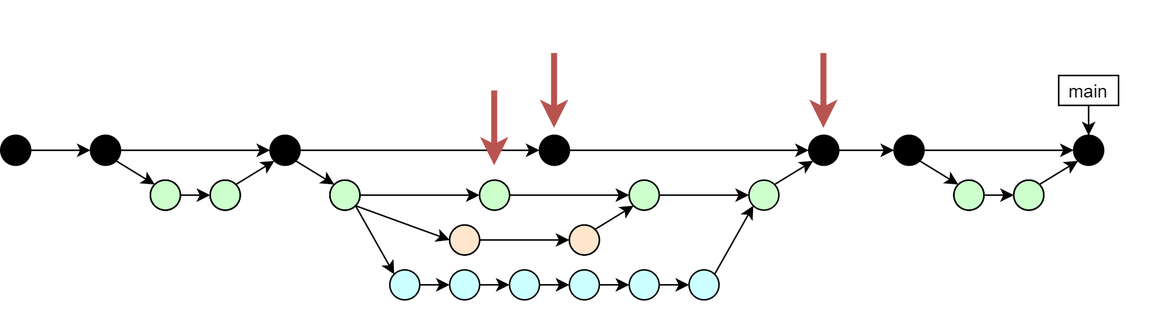
Above: GitHub-trainings/github-pr-training/latex-slides/img/dime-gitflow-network-workdirectly.png in worldbank/dime-github-trainings (draw.io), before the change. Source tidied: cells renumbered, new cells last; positions are measured from the earlier drawing's top-left corner, leaving out a move shared by most shapes.
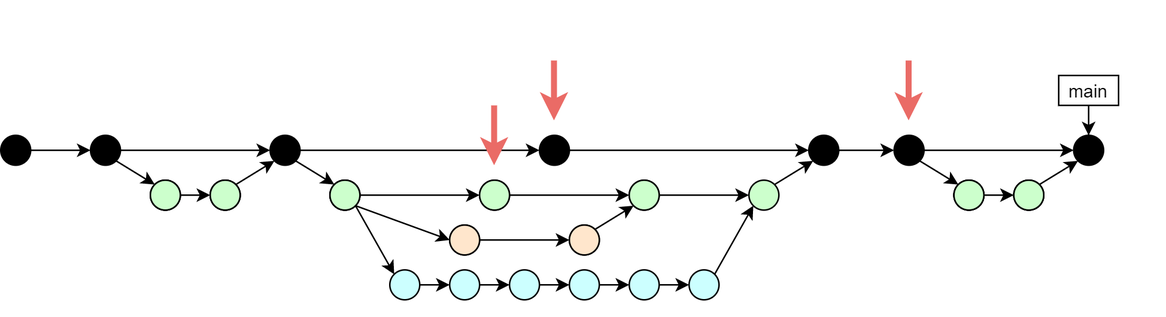
The same diagram one commit later.

Commit message:
[pr] point to correct commit in work directly

The edit, as a diff of the source:
```diff
@@ -214,23 +214,23 @@
     <mxCell id="69" style="ellipse;whiteSpace=wrap;html=1;fillColor=#CCFFCC;" parent="1" vertex="1">
       <mxGeometry x="677" y="120" width="20" height="20" as="geometry" />
     </mxCell>
-    <mxCell id="70" style="endArrow=classic;html=1;strokeWidth=4;fillColor=#f8cecc;strokeColor=#b85450;" parent="1" edge="1">
-      <mxGeometry relative="1" as="geometry">
-        <mxPoint x="329.8" y="60" as="sourcePoint" />
-        <mxPoint x="329.8" y="110" as="targetPoint" />
-      </mxGeometry>
-    </mxCell>
-    <mxCell id="71" style="endArrow=classic;html=1;strokeWidth=4;fillColor=#f8cecc;strokeColor=#b85450;" parent="1" edge="1">
-      <mxGeometry relative="1" as="geometry">
-        <mxPoint x="369.8" y="35" as="sourcePoint" />
-        <mxPoint x="369.8" y="85" as="targetPoint" />
-      </mxGeometry>
-    </mxCell>
-    <mxCell id="72" style="endArrow=classic;html=1;strokeWidth=4;fillColor=#f8cecc;strokeColor=#b85450;" parent="1" edge="1">
-      <mxGeometry relative="1" as="geometry">
-        <mxPoint x="549.8" y="35" as="sourcePoint" />
-        <mxPoint x="549.8" y="85" as="targetPoint" />
-      </mxGeometry>
-    </mxCell>
+    <mxCell id="73" style="endArrow=classic;html=1;fillColor=#f8cecc;strokeColor=#EA6B66;strokeWidth=4;" parent="1" edge="1">
+      <mxGeometry relative="1" as="geometry">
+        <mxPoint x="369.7" y="40" as="sourcePoint" />
+        <mxPoint x="369.7" y="80" as="targetPoint" />
+      </mxGeometry>
+    </mxCell>
+    <mxCell id="74" style="endArrow=classic;html=1;fillColor=#f8cecc;strokeColor=#EA6B66;strokeWidth=4;" parent="1" edge="1">
+      <mxGeometry relative="1" as="geometry">
+        <mxPoint x="329.7" y="70" as="sourcePoint" />
+        <mxPoint x="329.7" y="110" as="targetPoint" />
+      </mxGeometry>
+    </mxCell>
+    <mxCell id="75" style="endArrow=classic;html=1;fillColor=#f8cecc;strokeColor=#EA6B66;strokeWidth=4;" parent="1" edge="1">
+      <mxGeometry relative="1" as="geometry">
+        <mxPoint x="606.7" y="40" as="sourcePoint" />
+        <mxPoint x="606.7" y="80" as="targetPoint" />
+      </mxGeometry>
+    </mxCell>
   </root>
 </mxGraphModel>
```
